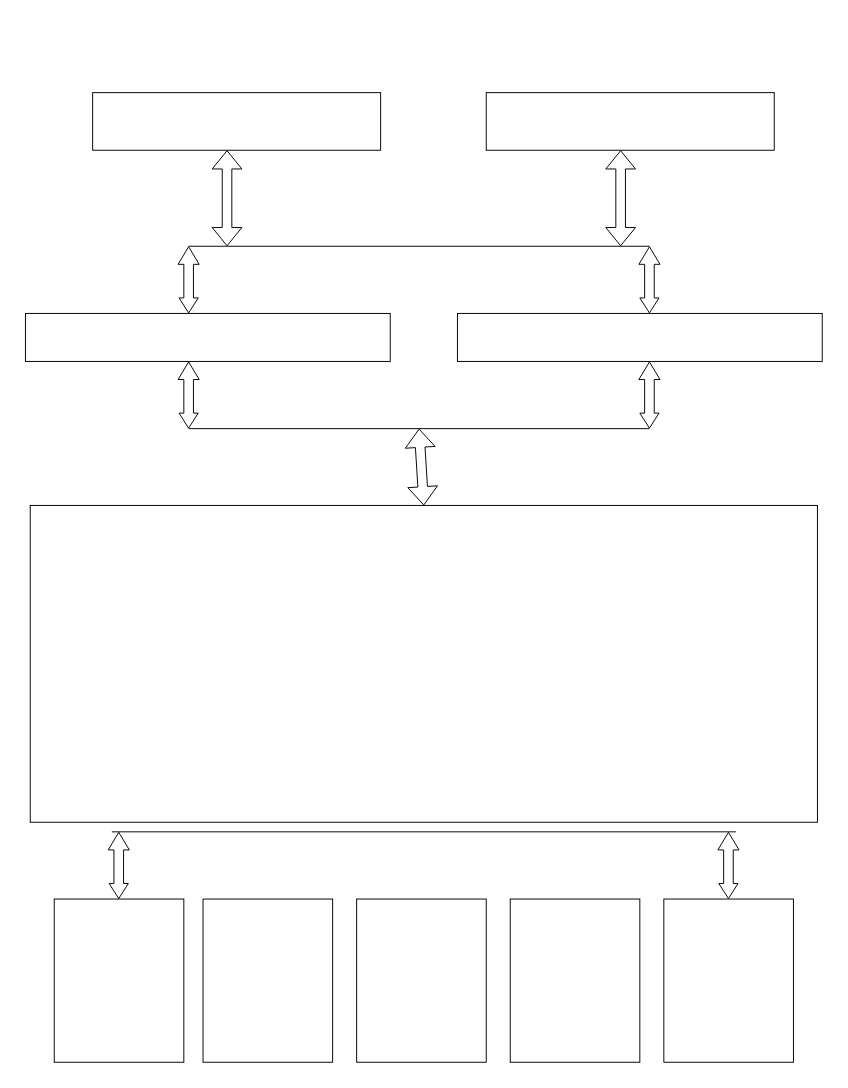
Before: Untitled Diagram.drawio in dotNETDev-Zayniddin/Vazifa-1.1, a draw.io diagram. Source tidied: cells renumbered, new cells numbered last; positions are measured from the earlier drawing's top-left corner, leaving out a move shared by most shapes. Both pictures are drawn from the tidied source at 96%, with x=0, y=0 at pixel (25, 92).
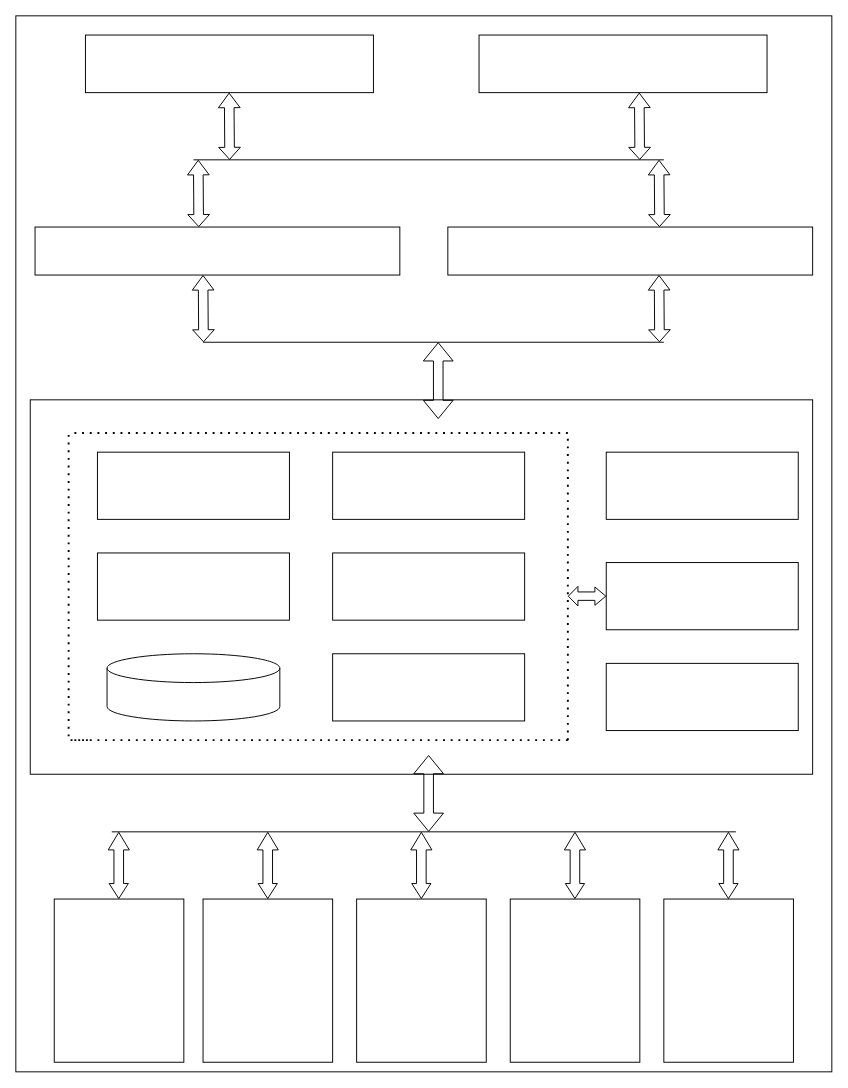
The same diagram, later.

The edit, as a diff of the source:
```diff
@@
+    <mxCell id="24" style="rounded=0;whiteSpace=wrap;html=1;" parent="1" vertex="1">
+      <mxGeometry x="-10" y="-80" width="850" height="1100" as="geometry" />
+    </mxCell>
     <mxCell id="2" style="rounded=0;whiteSpace=wrap;html=1;" parent="1" vertex="1">
-      <mxGeometry x="70" width="300" height="60" as="geometry" />
+      <mxGeometry x="62.5" y="-60" width="300" height="60" as="geometry" />
     </mxCell>
-    <mxCell id="3" style="shape=flexArrow;endArrow=classic;startArrow=classic;html=1;rounded=0;" parent="1" edge="1">
+    <mxCell id="3" style="shape=flexArrow;endArrow=classic;startArrow=classic;html=1;rounded=0;startWidth=11.578947368421053;startSize=3.8350877192982455;endWidth=11.578947368421053;endSize=4.721739130434782;" parent="1" edge="1">
       <mxGeometry relative="1" as="geometry">
-        <mxPoint x="210" y="160" as="sourcePoint" />
-        <mxPoint x="210" y="60" as="targetPoint" />
+        <mxPoint x="212.7" y="70" as="sourcePoint" />
+        <mxPoint x="212.2" as="targetPoint" />
       </mxGeometry>
     </mxCell>
     <mxCell id="4" style="rounded=0;whiteSpace=wrap;html=1;" parent="1" vertex="1">
-      <mxGeometry x="480" width="300" height="60" as="geometry" />
+      <mxGeometry x="472.5" y="-60" width="300" height="60" as="geometry" />
     </mxCell>
-    <mxCell id="5" style="shape=flexArrow;endArrow=classic;startArrow=classic;html=1;rounded=0;" parent="1" edge="1">
-      <mxGeometry relative="1" as="geometry">
-        <mxPoint x="620" y="160" as="sourcePoint" />
-        <mxPoint x="620" y="60" as="targetPoint" />
-      </mxGeometry>
-    </mxCell>
     <mxCell id="6" style="endArrow=none;html=1;rounded=0;" parent="1" edge="1">
       <mxGeometry relative="1" as="geometry">
-        <mxPoint x="170" y="160" as="sourcePoint" />
-        <mxPoint x="650" y="160" as="targetPoint" />
+        <mxPoint x="175" y="70" as="sourcePoint" />
+        <mxPoint x="665" y="70" as="targetPoint" />
       </mxGeometry>
     </mxCell>
-    <mxCell id="7" style="shape=flexArrow;endArrow=classic;startArrow=classic;html=1;rounded=0;startWidth=9;startSize=4.884;endWidth=11;endSize=5.7780000000000005;" parent="1" edge="1">
-      <mxGeometry relative="1" as="geometry">
-        <mxPoint x="170" y="230" as="sourcePoint" />
-        <mxPoint x="170" y="160" as="targetPoint" />
-      </mxGeometry>
-    </mxCell>
-    <mxCell id="8" style="shape=flexArrow;endArrow=classic;startArrow=classic;html=1;rounded=0;startWidth=9;startSize=4.884;endWidth=11;endSize=5.7780000000000005;" parent="1" edge="1">
-      <mxGeometry relative="1" as="geometry">
-        <mxPoint x="650" y="230" as="sourcePoint" />
-        <mxPoint x="650" y="160" as="targetPoint" />
-      </mxGeometry>
-    </mxCell>
     <mxCell id="9" style="rounded=0;whiteSpace=wrap;html=1;" parent="1" vertex="1">
-      <mxGeometry y="230" width="380" height="50" as="geometry" />
+      <mxGeometry x="10" y="140" width="380" height="50" as="geometry" />
     </mxCell>
-    <mxCell id="10" style="rounded=0;whiteSpace=wrap;html=1;" parent="1" vertex="1">
-      <mxGeometry x="450" y="230" width="380" height="50" as="geometry" />
-    </mxCell>
     <mxCell id="11" style="endArrow=none;html=1;rounded=0;" parent="1" edge="1">
       <mxGeometry relative="1" as="geometry">
-        <mxPoint x="170" y="350" as="sourcePoint" />
-        <mxPoint x="650" y="350" as="targetPoint" />
+        <mxPoint x="185" y="260" as="sourcePoint" />
+        <mxPoint x="665" y="260" as="targetPoint" />
       </mxGeometry>
     </mxCell>
-    <mxCell id="12" style="shape=flexArrow;endArrow=classic;startArrow=classic;html=1;rounded=0;startWidth=9;startSize=4.884;endWidth=11;endSize=5.7780000000000005;" parent="1" edge="1">
-      <mxGeometry relative="1" as="geometry">
-        <mxPoint x="650" y="350" as="sourcePoint" />
-        <mxPoint x="650" y="280" as="targetPoint" />
-      </mxGeometry>
-    </mxCell>
-    <mxCell id="13" style="shape=flexArrow;endArrow=classic;startArrow=classic;html=1;rounded=0;startWidth=9;startSize=4.884;endWidth=11;endSize=5.7780000000000005;" parent="1" edge="1">
-      <mxGeometry relative="1" as="geometry">
-        <mxPoint x="170" y="350" as="sourcePoint" />
-        <mxPoint x="170" y="280" as="targetPoint" />
-      </mxGeometry>
-    </mxCell>
     <mxCell id="14" style="rounded=0;whiteSpace=wrap;html=1;" parent="1" vertex="1">
-      <mxGeometry x="5" y="430" width="820" height="330" as="geometry" />
+      <mxGeometry x="5" y="320" width="815" height="390" as="geometry" />
     </mxCell>
-    <mxCell id="15" style="shape=flexArrow;endArrow=classic;startArrow=classic;html=1;rounded=0;" parent="1" edge="1">
-      <mxGeometry relative="1" as="geometry">
-        <mxPoint x="415" y="430" as="sourcePoint" />
-        <mxPoint x="410" y="350" as="targetPoint" />
-      </mxGeometry>
-    </mxCell>
@@
+    <mxCell id="25" style="shape=flexArrow;endArrow=classic;startArrow=classic;html=1;rounded=0;startWidth=9;startSize=4.884;endWidth=11;endSize=5.7780000000000005;" parent="1" edge="1">
+      <mxGeometry relative="1" as="geometry">
+        <mxPoint x="572.4" y="840" as="sourcePoint" />
+        <mxPoint x="572.4" y="770" as="targetPoint" />
+      </mxGeometry>
+    </mxCell>
+    <mxCell id="26" style="shape=flexArrow;endArrow=classic;startArrow=classic;html=1;rounded=0;startWidth=9;startSize=4.884;endWidth=11;endSize=5.7780000000000005;" parent="1" edge="1">
+      <mxGeometry relative="1" as="geometry">
+        <mxPoint x="412.4" y="840" as="sourcePoint" />
+        <mxPoint x="412.4" y="770" as="targetPoint" />
+      </mxGeometry>
+    </mxCell>
+    <mxCell id="27" style="shape=flexArrow;endArrow=classic;startArrow=classic;html=1;rounded=0;startWidth=9;startSize=4.884;endWidth=11;endSize=5.7780000000000005;" parent="1" edge="1">
+      <mxGeometry relative="1" as="geometry">
+        <mxPoint x="252.4" y="840" as="sourcePoint" />
+        <mxPoint x="252.4" y="770" as="targetPoint" />
+      </mxGeometry>
+    </mxCell>
+    <mxCell id="28" style="shape=flexArrow;endArrow=classic;startArrow=classic;html=1;rounded=0;" parent="1" edge="1">
+      <mxGeometry relative="1" as="geometry">
+        <mxPoint x="420" y="770" as="sourcePoint" />
+        <mxPoint x="420" y="690" as="targetPoint" />
+      </mxGeometry>
+    </mxCell>
+    <mxCell id="29" style="rounded=0;whiteSpace=wrap;html=1;" parent="1" vertex="1">
+      <mxGeometry x="440" y="140" width="380" height="50" as="geometry" />
+    </mxCell>
+    <mxCell id="30" style="endArrow=none;dashed=1;html=1;dashPattern=1 3;strokeWidth=2;rounded=0;" parent="1" edge="1">
+      <mxGeometry relative="1" as="geometry">
+        <mxPoint x="565" y="354.5" as="sourcePoint" />
+        <mxPoint x="45" y="354.5" as="targetPoint" />
+      </mxGeometry>
+    </mxCell>
+    <mxCell id="31" style="endArrow=none;dashed=1;html=1;dashPattern=1 3;strokeWidth=2;rounded=0;" parent="1" edge="1">
+      <mxGeometry relative="1" as="geometry">
+        <mxPoint x="65" y="674.5" as="sourcePoint" />
+        <mxPoint x="45" y="354.5" as="targetPoint" />
+        <Array as="points">
+          <mxPoint x="45" y="674.5" />
+        </Array>
+      </mxGeometry>
+    </mxCell>
+    <mxCell id="32" style="endArrow=none;dashed=1;html=1;dashPattern=1 3;strokeWidth=2;rounded=0;" parent="1" edge="1">
+      <mxGeometry relative="1" as="geometry">
+        <mxPoint x="565" y="674.5" as="sourcePoint" />
+        <mxPoint x="50" y="674.5" as="targetPoint" />
+      </mxGeometry>
+    </mxCell>
+    <mxCell id="33" style="endArrow=none;dashed=1;html=1;dashPattern=1 3;strokeWidth=2;rounded=0;" parent="1" edge="1">
+      <mxGeometry relative="1" as="geometry">
+        <mxPoint x="565" y="674.5" as="sourcePoint" />
+        <mxPoint x="565" y="354.5" as="targetPoint" />
+        <Array as="points">
+          <mxPoint x="565" y="674.5" />
+        </Array>
+      </mxGeometry>
+    </mxCell>
+    <mxCell id="34" style="shape=cylinder3;whiteSpace=wrap;html=1;boundedLbl=1;backgroundOutline=1;size=15;" parent="1" vertex="1">
+      <mxGeometry x="85" y="584.5" width="180" height="70" as="geometry" />
+    </mxCell>
+    <mxCell id="35" style="rounded=0;whiteSpace=wrap;html=1;" parent="1" vertex="1">
+      <mxGeometry x="75" y="374.5" width="200" height="70" as="geometry" />
+    </mxCell>
+    <mxCell id="36" style="rounded=0;whiteSpace=wrap;html=1;" parent="1" vertex="1">
+      <mxGeometry x="320" y="374.5" width="200" height="70" as="geometry" />
+    </mxCell>
+    <mxCell id="37" style="rounded=0;whiteSpace=wrap;html=1;" parent="1" vertex="1">
+      <mxGeometry x="320" y="479.5" width="200" height="70" as="geometry" />
+    </mxCell>
+    <mxCell id="38" style="rounded=0;whiteSpace=wrap;html=1;" parent="1" vertex="1">
+      <mxGeometry x="320" y="584.5" width="200" height="70" as="geometry" />
+    </mxCell>
+    <mxCell id="39" style="rounded=0;whiteSpace=wrap;html=1;" parent="1" vertex="1">
+      <mxGeometry x="75" y="479.5" width="200" height="70" as="geometry" />
+    </mxCell>
+    <mxCell id="40" style="shape=flexArrow;endArrow=classic;startArrow=classic;html=1;rounded=0;width=8.771929824561402;startSize=3.007017543859649;startWidth=10.606340412434594;endWidth=9.344165783586483;endSize=3.436241610738255;entryX=0;entryY=0.5;entryDx=0;entryDy=0;" parent="1" edge="1" target="42">
+      <mxGeometry relative="1" as="geometry">
+        <mxPoint x="565" y="524.5" as="sourcePoint" />
+      </mxGeometry>
+    </mxCell>
+    <mxCell id="41" style="rounded=0;whiteSpace=wrap;html=1;" parent="1" vertex="1">
+      <mxGeometry x="605" y="374.5" width="200" height="70" as="geometry" />
+    </mxCell>
+    <mxCell id="42" style="rounded=0;whiteSpace=wrap;html=1;" parent="1" vertex="1">
+      <mxGeometry x="605" y="489.5" width="200" height="70" as="geometry" />
+    </mxCell>
+    <mxCell id="43" style="rounded=0;whiteSpace=wrap;html=1;" parent="1" vertex="1">
+      <mxGeometry x="605" y="594.5" width="200" height="70" as="geometry" />
+    </mxCell>
+    <mxCell id="44" style="shape=flexArrow;endArrow=classic;startArrow=classic;html=1;rounded=0;startWidth=11.578947368421053;startSize=3.8350877192982455;endWidth=11.578947368421053;endSize=4.721739130434782;" parent="1" edge="1">
+      <mxGeometry relative="1" as="geometry">
+        <mxPoint x="639.9" y="70" as="sourcePoint" />
+        <mxPoint x="639.4" as="targetPoint" />
+      </mxGeometry>
+    </mxCell>
+    <mxCell id="45" style="shape=flexArrow;endArrow=classic;startArrow=classic;html=1;rounded=0;startWidth=11.578947368421053;startSize=3.8350877192982455;endWidth=11.578947368421053;endSize=4.721739130434782;" parent="1" edge="1">
+      <mxGeometry relative="1" as="geometry">
+        <mxPoint x="180.5" y="140" as="sourcePoint" />
+        <mxPoint x="180" y="70" as="targetPoint" />
+      </mxGeometry>
+    </mxCell>
+    <mxCell id="46" style="shape=flexArrow;endArrow=classic;startArrow=classic;html=1;rounded=0;startWidth=11.578947368421053;startSize=3.8350877192982455;endWidth=11.578947368421053;endSize=4.721739130434782;" parent="1" edge="1">
+      <mxGeometry relative="1" as="geometry">
+        <mxPoint x="660.5" y="140" as="sourcePoint" />
+        <mxPoint x="660" y="70" as="targetPoint" />
+      </mxGeometry>
+    </mxCell>
+    <mxCell id="47" style="shape=flexArrow;endArrow=classic;startArrow=classic;html=1;rounded=0;startWidth=11.578947368421053;startSize=3.8350877192982455;endWidth=11.578947368421053;endSize=4.721739130434782;" parent="1" edge="1">
+      <mxGeometry relative="1" as="geometry">
+        <mxPoint x="185.5" y="260" as="sourcePoint" />
+        <mxPoint x="185" y="190" as="targetPoint" />
+      </mxGeometry>
+    </mxCell>
+    <mxCell id="48" style="shape=flexArrow;endArrow=classic;startArrow=classic;html=1;rounded=0;startWidth=11.578947368421053;startSize=3.8350877192982455;endWidth=11.578947368421053;endSize=4.721739130434782;" parent="1" edge="1">
+      <mxGeometry relative="1" as="geometry">
+        <mxPoint x="660.5" y="260" as="sourcePoint" />
+        <mxPoint x="660" y="190" as="targetPoint" />
+      </mxGeometry>
+    </mxCell>
+    <mxCell id="49" style="shape=flexArrow;endArrow=classic;startArrow=classic;html=1;rounded=0;" parent="1" edge="1">
+      <mxGeometry relative="1" as="geometry">
+        <mxPoint x="430" y="340" as="sourcePoint" />
+        <mxPoint x="430" y="260" as="targetPoint" />
+      </mxGeometry>
+    </mxCell>
```
